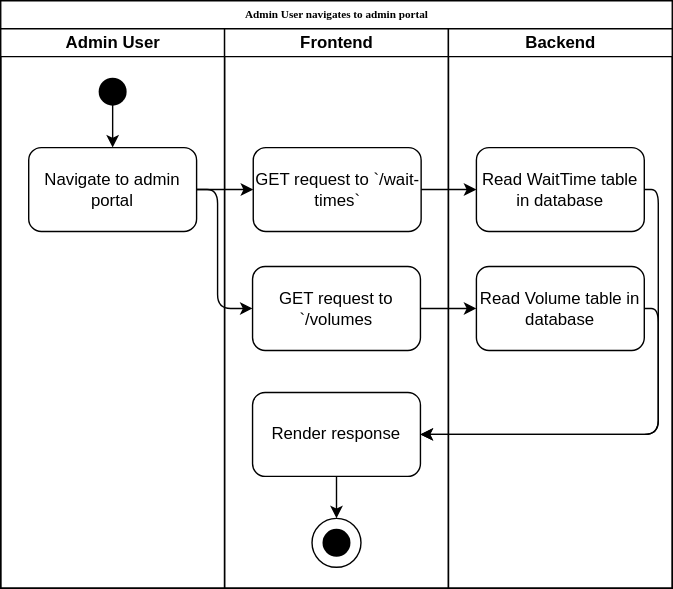
christerng/gdrd keeps this draw.io diagram as doc/admin_user_activity_diagram.drawio.svg. Above is the earlier version. Source tidied: cells renumbered, new cells last; positions are measured from the earlier drawing's top-left corner, leaving out a move shared by most shapes. The source it was exported from:
```xml
<mxGraphModel>
  <root>
    <mxCell id="0" />
    <mxCell id="1" parent="0" />
    <mxCell id="2" value="Admin User navigates to admin portal" style="swimlane;html=1;startSize=20;rounded=0;shadow=0;labelBackgroundColor=none;strokeWidth=1;fontFamily=Verdana;fontSize=8;align=center;" parent="1" vertex="1">
      <mxGeometry width="480" height="420" as="geometry" />
    </mxCell>
    <mxCell id="3" style="edgeStyle=orthogonalEdgeStyle;rounded=1;html=1;labelBackgroundColor=none;startArrow=none;startFill=0;startSize=5;endArrow=classicThin;endFill=1;endSize=5;jettySize=auto;orthogonalLoop=1;strokeWidth=1;fontFamily=Verdana;fontSize=8;" parent="2" edge="1">
      <mxGeometry relative="1" as="geometry">
        <mxPoint x="120" y="115" as="sourcePoint" />
      </mxGeometry>
    </mxCell>
    <mxCell id="4" value="Admin User" style="swimlane;html=1;startSize=20;" parent="2" vertex="1">
      <mxGeometry y="20" width="160" height="400" as="geometry" />
    </mxCell>
    <mxCell id="5" value="Navigate to admin portal" style="rounded=1;whiteSpace=wrap;html=1;" parent="4" vertex="1">
      <mxGeometry x="20" y="85" width="120" height="60" as="geometry" />
    </mxCell>
    <mxCell id="6" style="shape=waypoint;sketch=0;fillStyle=solid;size=6;points=[];fillColor=none;perimeter=centerPerimeter;snapToPoint=1;strokeWidth=8;" parent="4" vertex="1">
      <mxGeometry x="70" y="35" width="20" height="20" as="geometry" />
    </mxCell>
    <mxCell id="7" style="endArrow=classic;html=1;exitX=0.35;exitY=1;exitDx=0;exitDy=0;exitPerimeter=0;entryX=0.5;entryY=0;entryDx=0;entryDy=0;" parent="4" edge="1" source="6" target="5">
      <mxGeometry relative="1" as="geometry" />
    </mxCell>
    <mxCell id="8" style="edgeStyle=none;html=1;exitX=1;exitY=0.5;exitDx=0;exitDy=0;entryX=0;entryY=0.5;entryDx=0;entryDy=0;" parent="2" edge="1" source="5" target="14">
      <mxGeometry relative="1" as="geometry" />
    </mxCell>
    <mxCell id="9" style="edgeStyle=none;html=1;" parent="2" edge="1" source="14" target="19">
      <mxGeometry relative="1" as="geometry" />
    </mxCell>
    <mxCell id="10" value="Frontend" style="swimlane;html=1;startSize=20;" parent="2" vertex="1">
      <mxGeometry x="160" y="20" width="160" height="400" as="geometry" />
    </mxCell>
    <mxCell id="11" style="group;" parent="10" vertex="1">
      <mxGeometry x="62.5" y="350" width="35" height="35" as="geometry" />
    </mxCell>
    <mxCell id="12" style="ellipse;whiteSpace=wrap;html=1;strokeWidth=1;" parent="11" vertex="1">
      <mxGeometry width="35" height="35" as="geometry" />
    </mxCell>
    <mxCell id="13" style="shape=waypoint;sketch=0;fillStyle=solid;size=6;fillColor=none;perimeter=centerPerimeter;strokeWidth=8;" parent="11" vertex="1">
      <mxGeometry x="7.5" y="7.5" width="20" height="20" as="geometry" />
    </mxCell>
    <mxCell id="14" value="GET request to `/wait-times`" style="rounded=1;whiteSpace=wrap;html=1;" parent="10" vertex="1">
      <mxGeometry x="20.5" y="85" width="120" height="60" as="geometry" />
    </mxCell>
    <mxCell id="15" value="GET request to `/volumes" style="rounded=1;whiteSpace=wrap;html=1;" parent="10" vertex="1">
      <mxGeometry x="20" y="170" width="120" height="60" as="geometry" />
    </mxCell>
    <mxCell id="16" style="edgeStyle=orthogonalEdgeStyle;html=1;exitX=0.5;exitY=1;exitDx=0;exitDy=0;entryX=0.5;entryY=0;entryDx=0;entryDy=0;" parent="10" edge="1" source="17" target="12">
      <mxGeometry relative="1" as="geometry" />
    </mxCell>
    <mxCell id="17" value="Render response" style="rounded=1;whiteSpace=wrap;html=1;" parent="10" vertex="1">
      <mxGeometry x="20" y="260" width="120" height="60" as="geometry" />
    </mxCell>
    <mxCell id="18" value="Backend" style="swimlane;html=1;startSize=20;" parent="2" vertex="1">
      <mxGeometry x="320" y="20" width="160" height="400" as="geometry" />
    </mxCell>
    <mxCell id="19" value="Read WaitTime table in database" style="rounded=1;whiteSpace=wrap;html=1;" parent="18" vertex="1">
      <mxGeometry x="20" y="85" width="120" height="60" as="geometry" />
    </mxCell>
    <mxCell id="20" value="Read Volume table in database" style="rounded=1;whiteSpace=wrap;html=1;" parent="18" vertex="1">
      <mxGeometry x="20" y="170" width="120" height="60" as="geometry" />
    </mxCell>
    <mxCell id="21" style="edgeStyle=orthogonalEdgeStyle;html=1;exitX=1;exitY=0.5;exitDx=0;exitDy=0;entryX=0;entryY=0.5;entryDx=0;entryDy=0;" parent="2" edge="1" source="5" target="15">
      <mxGeometry relative="1" as="geometry">
        <Array as="points">
          <mxPoint x="155" y="135" />
          <mxPoint x="155" y="220" />
        </Array>
      </mxGeometry>
    </mxCell>
    <mxCell id="22" style="edgeStyle=orthogonalEdgeStyle;html=1;" parent="2" edge="1" source="15" target="20">
      <mxGeometry relative="1" as="geometry" />
    </mxCell>
    <mxCell id="23" style="edgeStyle=orthogonalEdgeStyle;html=1;exitX=1;exitY=0.5;exitDx=0;exitDy=0;entryX=1;entryY=0.5;entryDx=0;entryDy=0;" parent="2" edge="1" source="19" target="17">
      <mxGeometry relative="1" as="geometry" />
    </mxCell>
    <mxCell id="24" style="edgeStyle=orthogonalEdgeStyle;html=1;exitX=1;exitY=0.5;exitDx=0;exitDy=0;entryX=1;entryY=0.5;entryDx=0;entryDy=0;" parent="2" edge="1" source="20" target="17">
      <mxGeometry relative="1" as="geometry" />
    </mxCell>
  </root>
</mxGraphModel>
```
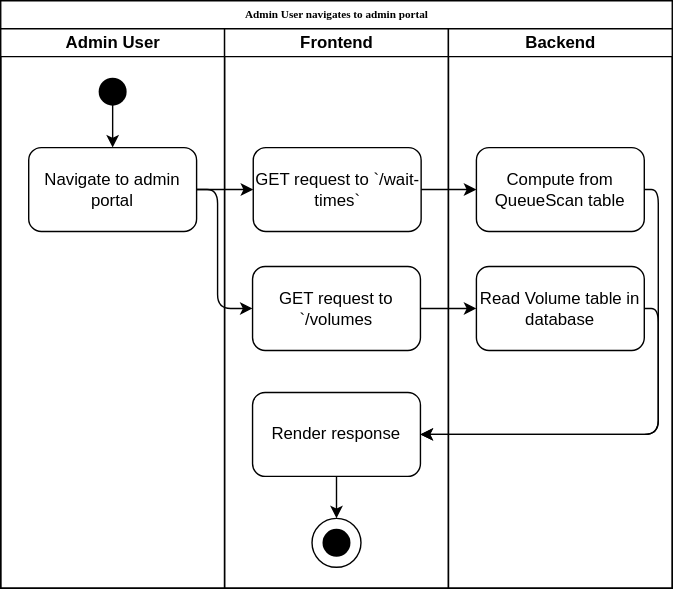
The same file after the commit.

Commit message:
doc: update `Admin User` activity diagram

The edit, as a diff of the source:
```diff
@@ -55,7 +55,7 @@
     <mxCell id="18" value="Backend" style="swimlane;html=1;startSize=20;" parent="2" vertex="1">
       <mxGeometry x="320" y="20" width="160" height="400" as="geometry" />
     </mxCell>
-    <mxCell id="19" value="Read WaitTime table in database" style="rounded=1;whiteSpace=wrap;html=1;" parent="18" vertex="1">
+    <mxCell id="19" value="Compute from QueueScan table" style="rounded=1;whiteSpace=wrap;html=1;" parent="18" vertex="1">
       <mxGeometry x="20" y="85" width="120" height="60" as="geometry" />
     </mxCell>
     <mxCell id="20" value="Read Volume table in database" style="rounded=1;whiteSpace=wrap;html=1;" parent="18" vertex="1">
```
